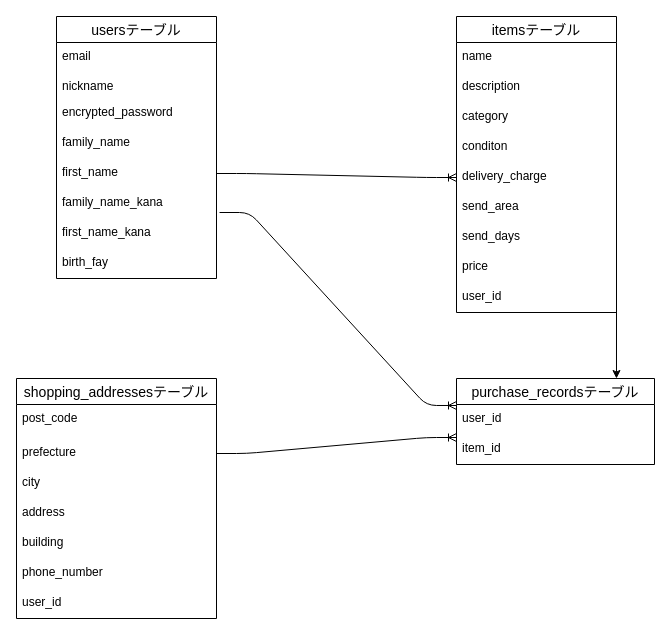
The draw.io diagram furima.dio in yuki0218/furima-38299, before the edit. Source tidied: cells renumbered, new cells numbered last; positions are measured from the earlier drawing's top-left corner, leaving out a move shared by most shapes. Both pictures are drawn from the tidied source at 100%, with x=0, y=0 at pixel (16, 16).
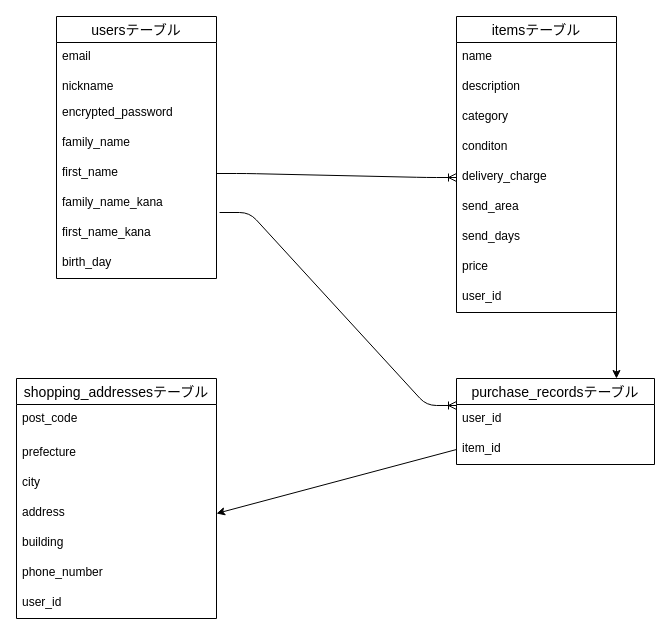
After the change.

The change refers to these unchanged cells:
```xml
<mxCell id="2" value="usersテーブル" style="swimlane;fontStyle=0;horizontal=1;startSize=26;align=center;fontSize=14;" parent="1" vertex="1">
  <mxGeometry x="40" width="160" height="262" as="geometry" />
</mxCell>
<mxCell id="23" value="prefecture" style="text;strokeColor=none;fillColor=none;spacingLeft=4;spacingRight=4;overflow=hidden;points=[[0,0.5],[1,0.5]];portConstraint=eastwest;fontSize=12;" parent="21" vertex="1">
  <mxGeometry y="60" width="200" height="30" as="geometry" />
</mxCell>
<mxCell id="25" value="address" style="text;strokeColor=none;fillColor=none;spacingLeft=4;spacingRight=4;overflow=hidden;points=[[0,0.5],[1,0.5]];portConstraint=eastwest;fontSize=12;" parent="21" vertex="1">
  <mxGeometry y="120" width="200" height="30" as="geometry" />
</mxCell>
<mxCell id="31" value="item_id" style="text;strokeColor=none;fillColor=none;spacingLeft=4;spacingRight=4;overflow=hidden;points=[[0,0.5],[1,0.5]];portConstraint=eastwest;fontSize=12;" parent="29" vertex="1">
  <mxGeometry y="56" width="198" height="30" as="geometry" />
</mxCell>
```

Change to the diagram source:
```diff
@@
-    <mxCell id="10" value="birth_fay" style="text;strokeColor=none;fillColor=none;spacingLeft=4;spacingRight=4;overflow=hidden;fontSize=12;" parent="2" vertex="1">
+    <mxCell id="10" value="birth_day" style="text;strokeColor=none;fillColor=none;spacingLeft=4;spacingRight=4;overflow=hidden;fontSize=12;" parent="2" vertex="1">
       <mxGeometry y="232" width="160" height="30" as="geometry" />
     </mxCell>
@@
-    <mxCell id="35" style="edgeStyle=entityRelationEdgeStyle;fontSize=12;html=1;endArrow=ERoneToMany;exitX=1;exitY=0.5;exitDx=0;exitDy=0;" parent="1" edge="1" source="23">
-      <mxGeometry relative="1" as="geometry">
-        <mxPoint x="440" y="421" as="targetPoint" />
-      </mxGeometry>
-    </mxCell>
+    <mxCell id="36" style="edgeStyle=none;html=1;exitX=0;exitY=0.5;exitDx=0;exitDy=0;entryX=1;entryY=0.5;entryDx=0;entryDy=0;" parent="1" edge="1" source="31" target="25">
+      <mxGeometry relative="1" as="geometry" />
+    </mxCell>
```
